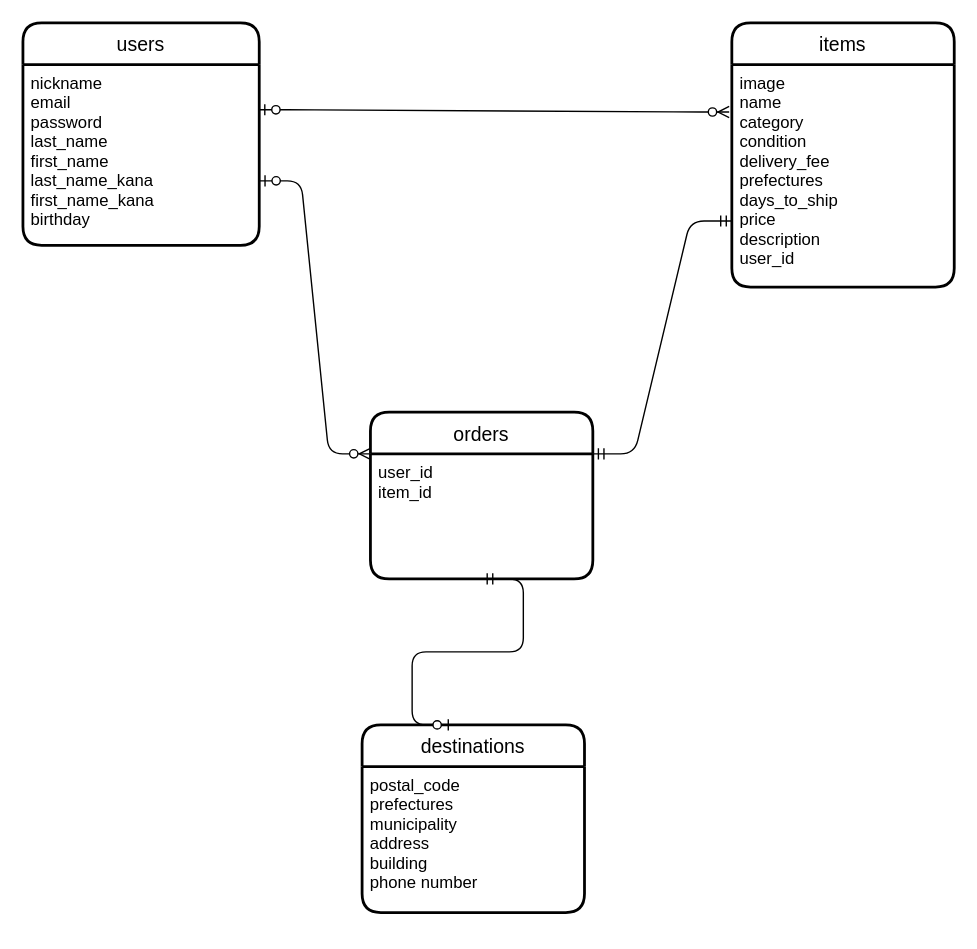
Before: furima.dio in yuka52/furima-34538, a draw.io diagram. Source tidied: cells renumbered, new cells numbered last; positions are measured from the earlier drawing's top-left corner, leaving out a move shared by most shapes. Both pictures are drawn from the tidied source at 139%, with x=0, y=0 at pixel (22, 22).
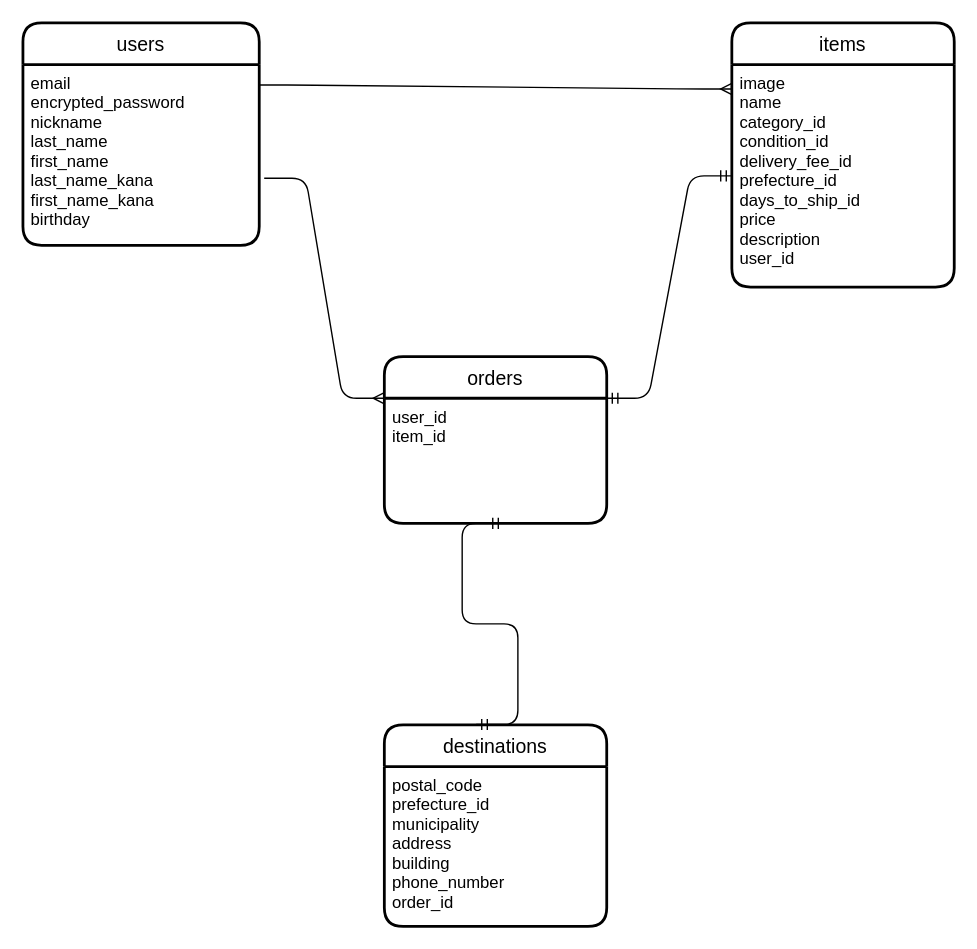
Above is the later version.

What changed in the source:
```diff
@@
 <mxGraphModel>
   <root>
     <mxCell id="0" />
     <mxCell id="1" parent="0" />
     <mxCell id="2" value="items" style="swimlane;horizontal=1;startSize=30;rounded=1;fontSize=14;fontStyle=0;strokeWidth=2;shadow=0;dashed=0;align=center;" parent="1" vertex="1">
       <mxGeometry x="510" width="160" height="190" as="geometry" />
     </mxCell>
-    <mxCell id="3" value="image&#10;name&#10;category&#10;condition&#10;&#9;delivery_fee&#10;prefectures&#10;days_to_ship&#10;price&#10;description&#10;user_id" style="align=left;strokeColor=none;fillColor=none;spacingLeft=4;fontSize=12;verticalAlign=top;" parent="2" vertex="1">
+    <mxCell id="3" value="image&#10;name&#10;category_id&#10;condition_id&#10;&#9;delivery_fee_id&#10;prefecture_id&#10;days_to_ship_id&#10;price&#10;description&#10;user_id" style="align=left;strokeColor=none;fillColor=none;spacingLeft=4;fontSize=12;verticalAlign=top;" parent="2" vertex="1">
       <mxGeometry y="30" width="160" height="160" as="geometry" />
     </mxCell>
     <mxCell id="4" value="users" style="swimlane;horizontal=1;startSize=30;rounded=1;fontSize=14;fontStyle=0;strokeWidth=2;shadow=0;dashed=0;align=center;" parent="1" vertex="1">
       <mxGeometry width="170" height="160" as="geometry" />
     </mxCell>
-    <mxCell id="5" value="nickname&#10;email&#10;password&#10;last_name&#10;first_name&#10;last_name_kana&#10;first_name_kana&#10;birthday" style="align=left;strokeColor=none;fillColor=none;spacingLeft=4;fontSize=12;verticalAlign=top;" parent="4" vertex="1">
+    <mxCell id="5" value="email&#10;encrypted_password&#10;nickname&#10;last_name&#10;first_name&#10;last_name_kana&#10;first_name_kana&#10;birthday" style="align=left;strokeColor=none;fillColor=none;spacingLeft=4;fontSize=12;verticalAlign=top;" parent="4" vertex="1">
       <mxGeometry y="30" width="170" height="130" as="geometry" />
     </mxCell>
     <mxCell id="6" value="destinations" style="swimlane;horizontal=1;startSize=30;rounded=1;fontSize=14;fontStyle=0;strokeWidth=2;shadow=0;dashed=0;align=center;" parent="1" vertex="1">
-      <mxGeometry x="244" y="505" width="160" height="135" as="geometry" />
+      <mxGeometry x="260" y="505" width="160" height="145" as="geometry" />
     </mxCell>
-    <mxCell id="7" value="postal_code&#10;prefectures&#10;municipality&#10;address&#10;building&#10;phone number" style="align=left;strokeColor=none;fillColor=none;spacingLeft=4;fontSize=12;verticalAlign=top;" parent="6" vertex="1">
-      <mxGeometry y="30" width="160" height="105" as="geometry" />
+    <mxCell id="7" value="postal_code&#10;prefecture_id&#10;municipality&#10;address&#10;building&#10;phone_number&#10;order_id" style="align=left;strokeColor=none;fillColor=none;spacingLeft=4;fontSize=12;verticalAlign=top;" parent="6" vertex="1">
+      <mxGeometry y="30" width="160" height="115" as="geometry" />
     </mxCell>
-    <mxCell id="8" style="edgeStyle=entityRelationEdgeStyle;fontSize=12;html=1;endArrow=ERzeroToMany;startArrow=ERzeroToOne;exitX=1.001;exitY=0.643;exitDx=0;exitDy=0;entryX=0;entryY=0;entryDx=0;entryDy=0;exitPerimeter=0;" parent="1" edge="1" source="5" target="12">
-      <mxGeometry relative="1" as="geometry" />
-    </mxCell>
-    <mxCell id="9" style="edgeStyle=entityRelationEdgeStyle;fontSize=12;html=1;endArrow=ERzeroToMany;startArrow=ERzeroToOne;exitX=1;exitY=0.25;exitDx=0;exitDy=0;entryX=-0.012;entryY=0.213;entryDx=0;entryDy=0;entryPerimeter=0;" parent="1" edge="1" source="5" target="3">
-      <mxGeometry relative="1" as="geometry" />
-    </mxCell>
-    <mxCell id="10" style="edgeStyle=entityRelationEdgeStyle;fontSize=12;html=1;endArrow=ERzeroToOne;startArrow=ERmandOne;exitX=0.5;exitY=1;exitDx=0;exitDy=0;" parent="1" edge="1" source="12">
-      <mxGeometry relative="1" as="geometry">
-        <mxPoint x="310" y="505" as="targetPoint" />
-      </mxGeometry>
-    </mxCell>
     <mxCell id="11" value="orders" style="swimlane;horizontal=1;startSize=30;rounded=1;fontSize=14;fontStyle=0;strokeWidth=2;shadow=0;dashed=0;align=center;" parent="1" vertex="1">
-      <mxGeometry x="250" y="280" width="160" height="120" as="geometry" />
+      <mxGeometry x="260" y="240" width="160" height="120" as="geometry" />
     </mxCell>
     <mxCell id="12" value="user_id&#10;item_id" style="align=left;strokeColor=none;fillColor=none;spacingLeft=4;fontSize=12;verticalAlign=top;" parent="11" vertex="1">
       <mxGeometry y="30" width="160" height="90" as="geometry" />
     </mxCell>
-    <mxCell id="13" style="edgeStyle=entityRelationEdgeStyle;fontSize=12;html=1;endArrow=ERmandOne;startArrow=ERmandOne;entryX=0;entryY=0.75;entryDx=0;entryDy=0;exitX=1;exitY=0.25;exitDx=0;exitDy=0;" parent="1" edge="1" source="11" target="2">
-      <mxGeometry relative="1" as="geometry" />
-    </mxCell>
+    <mxCell id="14" style="edgeStyle=entityRelationEdgeStyle;fontSize=12;html=1;endArrow=ERmandOne;startArrow=ERmandOne;exitX=0.413;exitY=-0.002;exitDx=0;exitDy=0;exitPerimeter=0;" parent="11" edge="1" source="6">
+      <mxGeometry relative="1" as="geometry">
+        <mxPoint x="86" y="120" as="targetPoint" />
+      </mxGeometry>
+    </mxCell>
+    <mxCell id="15" style="edgeStyle=entityRelationEdgeStyle;fontSize=12;html=1;endArrow=ERmandOne;startArrow=ERmandOne;entryX=0;entryY=0.5;entryDx=0;entryDy=0;exitX=1;exitY=0;exitDx=0;exitDy=0;" parent="1" edge="1" source="12" target="3">
+      <mxGeometry relative="1" as="geometry" />
+    </mxCell>
+    <mxCell id="8" style="edgeStyle=entityRelationEdgeStyle;fontSize=12;html=1;endArrow=ERmany;exitX=1.021;exitY=0.629;exitDx=0;exitDy=0;exitPerimeter=0;entryX=0;entryY=0;entryDx=0;entryDy=0;" parent="1" edge="1" source="5" target="12">
+      <mxGeometry relative="1" as="geometry" />
+    </mxCell>
+    <mxCell id="16" style="edgeStyle=entityRelationEdgeStyle;fontSize=12;html=1;endArrow=ERmany;exitX=1;exitY=0.113;exitDx=0;exitDy=0;exitPerimeter=0;entryX=0;entryY=0.25;entryDx=0;entryDy=0;" parent="1" edge="1" source="5" target="2">
+      <mxGeometry relative="1" as="geometry" />
+    </mxCell>
   </root>
 </mxGraphModel>
```
